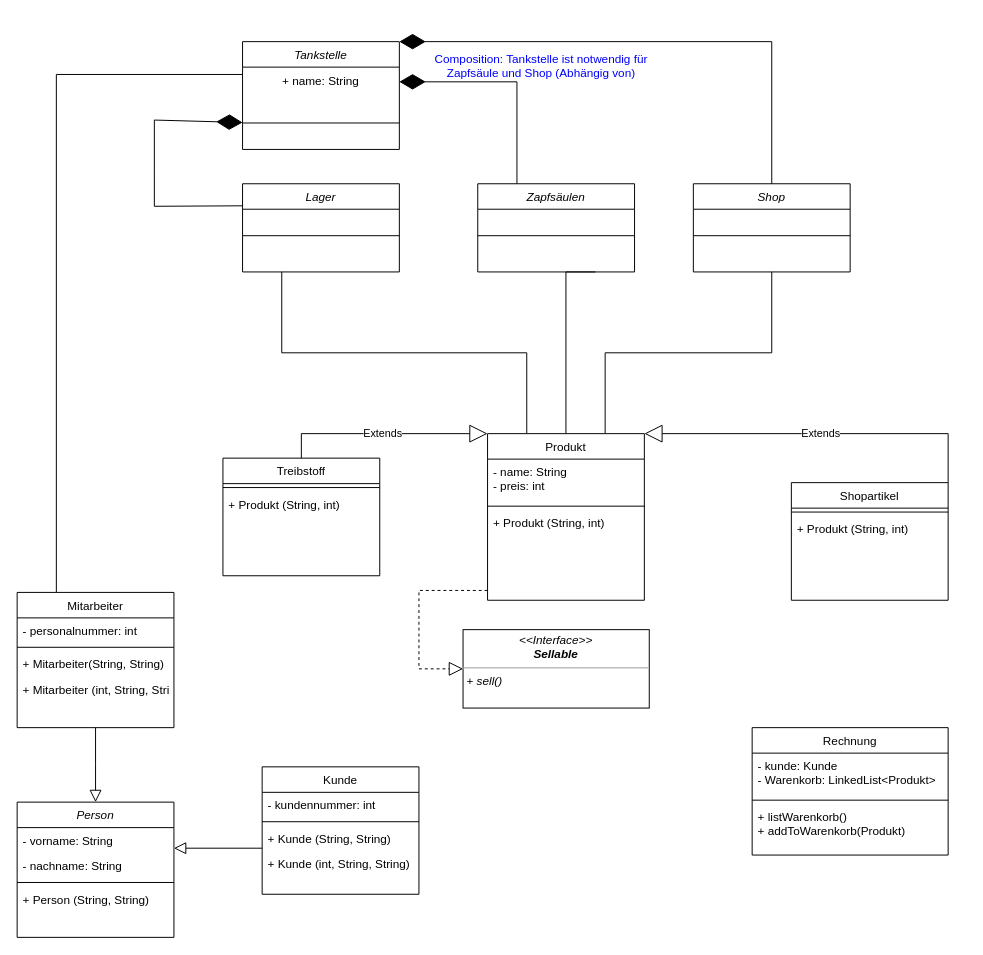
Earlier version of the draw.io diagram gitProjecttesteclipse/src/algorithmikaufgaben/personen/uml/tankstelle.drawio (melbrasta/java2_mit_eclipse). Source tidied: cells renumbered, new cells numbered last; positions are measured from the earlier drawing's top-left corner, leaving out a move shared by most shapes. Both pictures are drawn from the tidied source at 98%, with x=0, y=0 at pixel (17, 41).
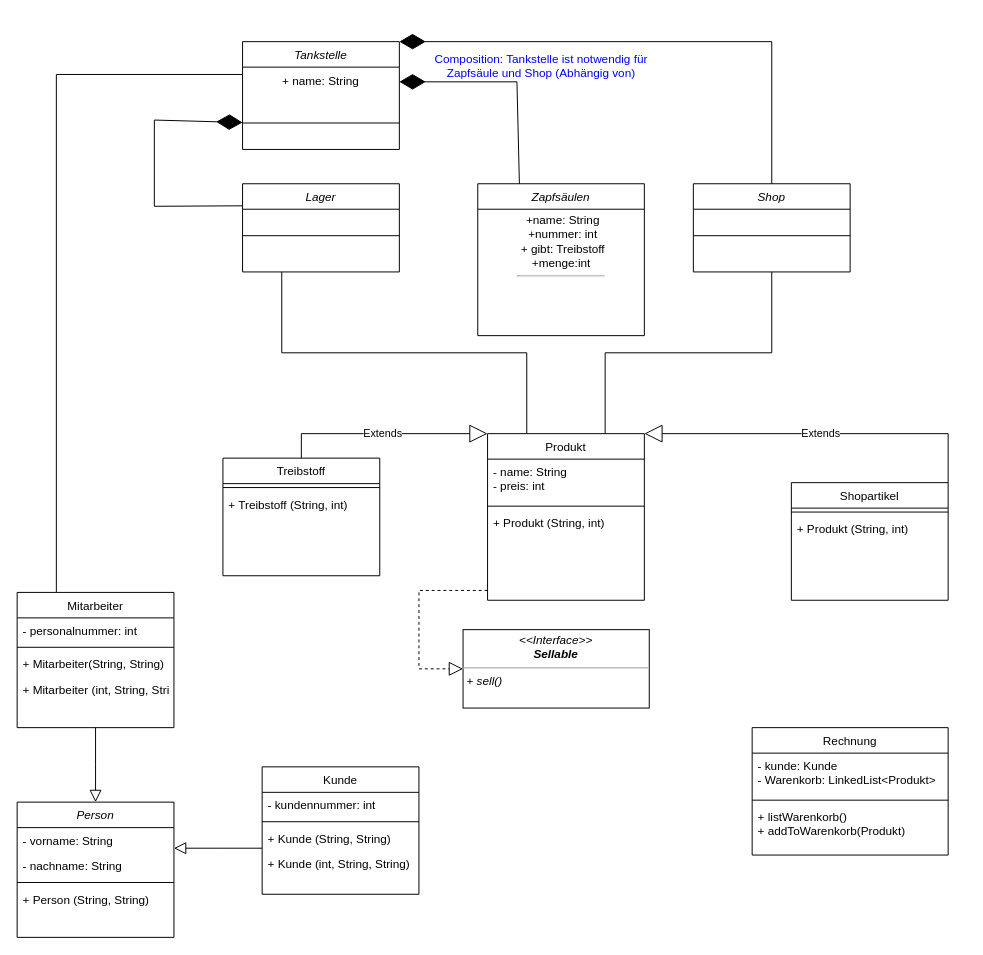
The same page after the edit.

Unchanged cells that the change refers to:
```xml
<mxCell id="28" value="Produkt" style="swimlane;fontStyle=0;align=center;verticalAlign=top;horizontal=1;startSize=26;rounded=0;shadow=0;strokeWidth=1;" parent="1" vertex="1">
  <mxGeometry x="480" y="400" width="160" height="170" as="geometry" />
</mxCell>
<mxCell id="40" value="Treibstoff" style="swimlane;fontStyle=0;align=center;verticalAlign=top;horizontal=1;startSize=26;rounded=0;shadow=0;strokeWidth=1;" parent="1" vertex="1">
  <mxGeometry x="210" y="425" width="160" height="120" as="geometry" />
</mxCell>
```

Diff of the diagram source:
```diff
@@
-    <mxCell id="25" style="edgeStyle=orthogonalEdgeStyle;rounded=0;jettySize=auto;html=1;exitX=0.5;exitY=0;exitDx=0;exitDy=0;fontColor=#0000FF;endArrow=none;endFill=0;entryX=0.75;entryY=1;entryDx=0;entryDy=0;" parent="1" edge="1" source="28" target="36">
-      <mxGeometry relative="1" as="geometry">
-        <Array as="points">
-          <mxPoint x="560" y="235" />
-        </Array>
-      </mxGeometry>
-    </mxCell>
@@
     <mxCell id="36" value="Zapfsäulen" style="swimlane;fontStyle=2;align=center;verticalAlign=top;horizontal=1;startSize=26;rounded=0;shadow=0;strokeWidth=1;" parent="1" vertex="1">
-      <mxGeometry x="470" y="145" width="160" height="90" as="geometry" />
+      <mxGeometry x="470" y="145" width="170" height="155" as="geometry" />
     </mxCell>
-    <mxCell id="37" style="line;html=1;strokeWidth=1;align=left;verticalAlign=middle;spacingTop=-1;spacingLeft=3;spacingRight=3;labelPosition=right;" parent="36" vertex="1">
-      <mxGeometry y="26" width="160" height="54" as="geometry" />
-    </mxCell>
+    <mxCell id="54" value="&lt;div&gt;&amp;nbsp;+name: String&lt;/div&gt;&lt;div&gt;&amp;nbsp;+nummer: int&lt;/div&gt;&lt;div&gt;&amp;nbsp;+ gibt: Treibstoff&lt;/div&gt;&lt;div&gt;+menge:int&lt;/div&gt;&lt;hr&gt;" style="text;html=1;align=center;verticalAlign=middle;strokeColor=none;fillColor=none;" parent="36" vertex="1">
+      <mxGeometry y="26" width="170" height="80" as="geometry" />
+    </mxCell>
@@
-    <mxCell id="42" value="+ Produkt (String, int)" style="text;align=left;verticalAlign=top;spacingLeft=4;spacingRight=4;overflow=hidden;fontStyle=0;" parent="40" vertex="1">
+    <mxCell id="42" value="+ Treibstoff (String, int)" style="text;align=left;verticalAlign=top;spacingLeft=4;spacingRight=4;overflow=hidden;fontStyle=0;" parent="40" vertex="1">
       <mxGeometry y="34" width="160" height="26" as="geometry" />
     </mxCell>
```
